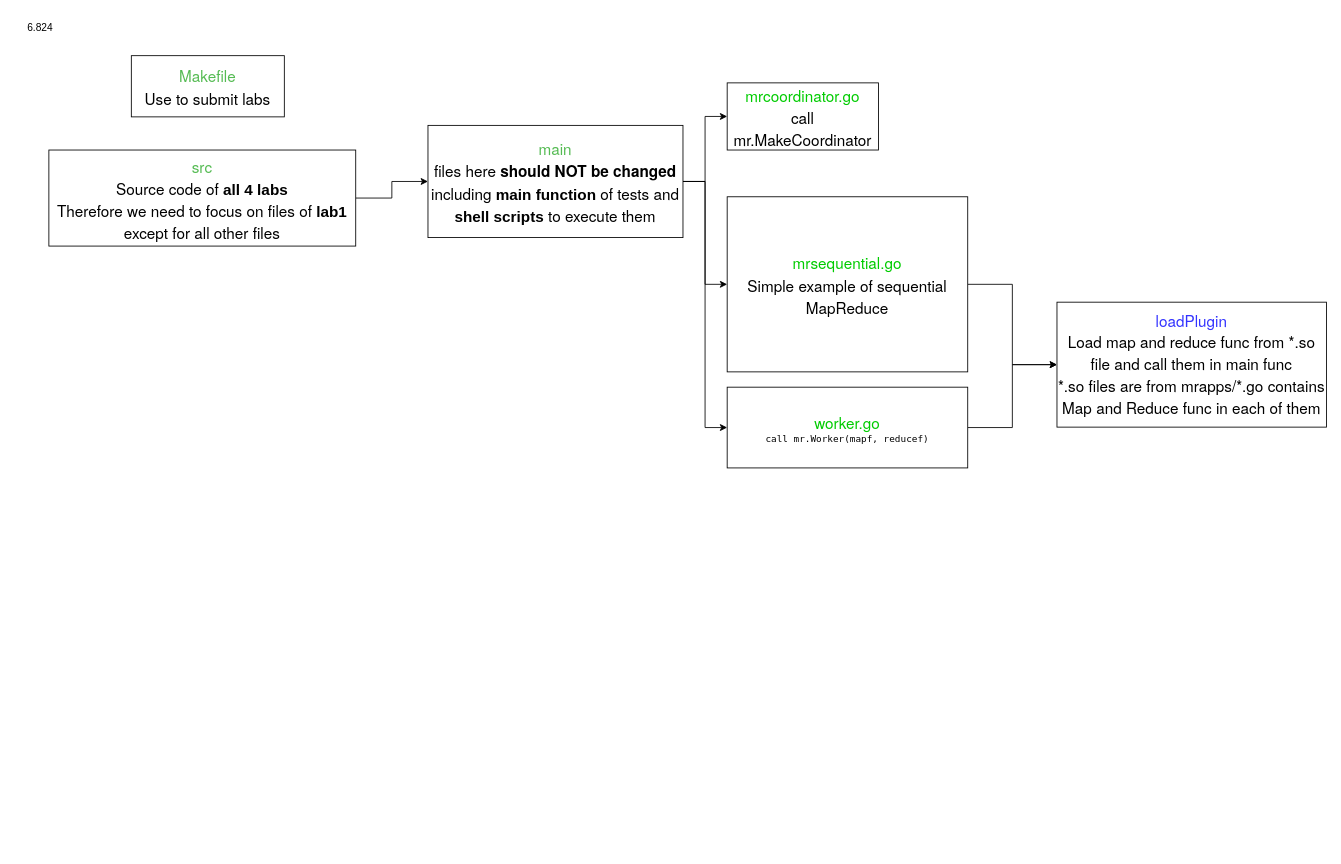
Before: MIT6.824lab1.drawio in lidongyao95/draw.io, a draw.io diagram. Source tidied: cells renumbered, new cells numbered last; positions are measured from the earlier drawing's top-left corner, leaving out a move shared by most shapes. Both pictures are drawn from the tidied source at 85%, with x=0, y=0 at pixel (14, 14).
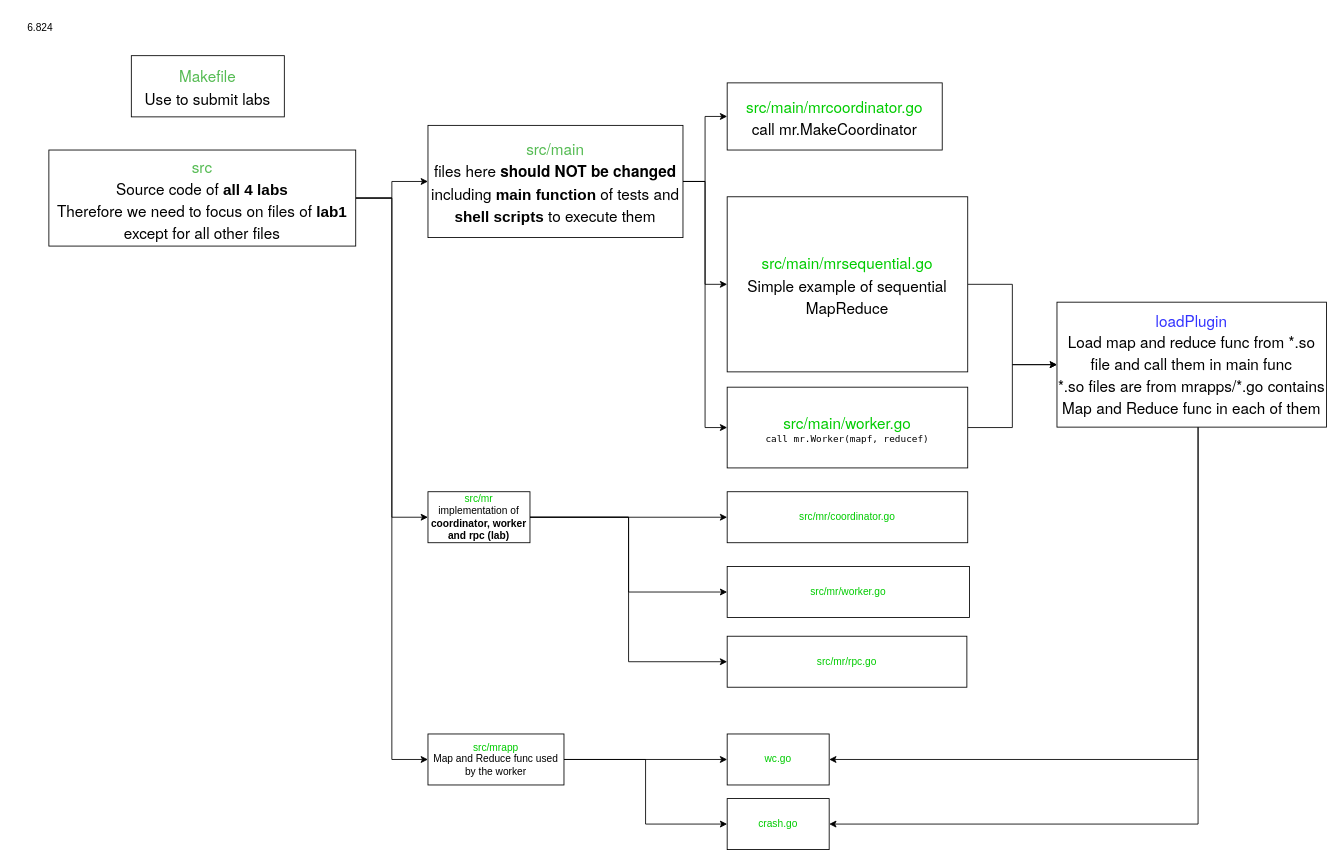
Above is the later version.

The change refers to these unchanged cells:
```xml
<mxCell id="4" value="&lt;p style=&quot;margin: 0px; font-style: normal; font-variant-caps: normal; font-stretch: normal; font-size: 18px; line-height: normal; font-family: &amp;quot;Helvetica Neue&amp;quot;; font-size-adjust: none; font-kerning: auto; font-variant-alternates: normal; font-variant-ligatures: normal; font-variant-numeric: normal; font-variant-east-asian: normal; font-variant-position: normal; font-variant-emoji: normal; font-feature-settings: normal; font-optical-sizing: auto; font-variation-settings: normal; color: rgb(85, 187, 83);&quot;&gt;src&lt;/p&gt;&lt;p style=&quot;margin: 0px; font-style: normal; font-variant-caps: normal; font-stretch: normal; font-size: 18px; line-height: normal; font-family: &amp;quot;Helvetica Neue&amp;quot;; font-size-adjust: none; font-kerning: auto; font-variant-alternates: normal; font-variant-ligatures: normal; font-variant-numeric: normal; font-variant-east-asian: normal; font-variant-position: normal; font-variant-emoji: normal; font-feature-settings: normal; font-optical-sizing: auto; font-variation-settings: normal;&quot;&gt;Source code of &lt;span style=&quot;font-style: normal; font-variant-caps: normal; font-stretch: normal; line-height: normal; font-family: Helvetica; font-size-adjust: none; font-kerning: auto; font-variant-alternates: normal; font-variant-ligatures: normal; font-variant-numeric: normal; font-variant-east-asian: normal; font-variant-position: normal; font-variant-emoji: normal; font-feature-settings: normal; font-optical-sizing: auto; font-variation-settings: normal;&quot;&gt;&lt;b&gt;all 4 labs&lt;/b&gt;&lt;/span&gt;&lt;/p&gt;&lt;p style=&quot;margin: 0px; font-style: normal; font-variant-caps: normal; font-stretch: normal; font-size: 18px; line-height: normal; font-family: &amp;quot;Helvetica Neue&amp;quot;; font-size-adjust: none; font-kerning: auto; font-variant-alternates: normal; font-variant-ligatures: normal; font-variant-numeric: normal; font-variant-east-asian: normal; font-variant-position: normal; font-variant-emoji: normal; font-feature-settings: normal; font-optical-sizing: auto; font-variation-settings: normal;&quot;&gt;Therefore we need to focus on files of &lt;span style=&quot;font-style: normal; font-variant-caps: normal; font-stretch: normal; line-height: normal; font-family: Helvetica; font-size-adjust: none; font-kerning: auto; font-variant-alternates: normal; font-variant-ligatures: normal; font-variant-numeric: normal; font-variant-east-asian: normal; font-variant-position: normal; font-variant-emoji: normal; font-feature-settings: normal; font-optical-sizing: auto; font-variation-settings: normal;&quot;&gt;&lt;b&gt;lab1&lt;/b&gt;&lt;/span&gt; except for all other files&lt;/p&gt;" style="rounded=0;whiteSpace=wrap;html=1;" parent="1" vertex="1">
  <mxGeometry x="40" y="159" width="361" height="113" as="geometry" />
</mxCell>
<mxCell id="13" value="&lt;span style=&quot;caret-color: rgb(0, 204, 0); font-family: &amp;quot;Helvetica Neue&amp;quot;; font-size: 18px;&quot;&gt;&lt;font color=&quot;#3333ff&quot;&gt;loadPlugin&lt;/font&gt;&lt;/span&gt;&lt;br&gt;&lt;div&gt;&lt;p style=&quot;margin: 0px; font-stretch: normal; font-size: 18px; line-height: normal; font-family: &amp;quot;Helvetica Neue&amp;quot;; font-size-adjust: none; font-kerning: auto; font-variant-alternates: normal; font-variant-ligatures: normal; font-variant-numeric: normal; font-variant-east-asian: normal; font-variant-position: normal; font-feature-settings: normal; font-optical-sizing: auto; font-variation-settings: normal;&quot;&gt;Load map and reduce func from *.so file and call them in main func&lt;/p&gt;&lt;p style=&quot;margin: 0px; font-stretch: normal; font-size: 18px; line-height: normal; font-family: &amp;quot;Helvetica Neue&amp;quot;; font-size-adjust: none; font-kerning: auto; font-variant-alternates: normal; font-variant-ligatures: normal; font-variant-numeric: normal; font-variant-east-asian: normal; font-variant-position: normal; font-feature-settings: normal; font-optical-sizing: auto; font-variation-settings: normal;&quot;&gt;*.so files are from mrapps/*.go contains Map and Reduce func in each of them&lt;/p&gt;&lt;/div&gt;" style="rounded=0;whiteSpace=wrap;html=1;" parent="1" vertex="1">
  <mxGeometry x="1226" y="338" width="317" height="147" as="geometry" />
</mxCell>
```

Diff of the diagram source:
```diff
@@
+    <mxCell id="16" style="edgeStyle=orthogonalEdgeStyle;rounded=0;jettySize=auto;html=1;entryX=0;entryY=0.5;entryDx=0;entryDy=0;" parent="1" edge="1" source="4" target="23">
+      <mxGeometry relative="1" as="geometry" />
+    </mxCell>
+    <mxCell id="17" style="edgeStyle=orthogonalEdgeStyle;rounded=0;jettySize=auto;html=1;entryX=0;entryY=0.5;entryDx=0;entryDy=0;" parent="1" edge="1" source="4" target="29">
+      <mxGeometry relative="1" as="geometry" />
+    </mxCell>
@@
-    <mxCell id="9" value="&lt;p style=&quot;margin: 0px; font-style: normal; font-variant-caps: normal; font-stretch: normal; font-size: 18px; line-height: normal; font-family: &amp;quot;Helvetica Neue&amp;quot;; font-size-adjust: none; font-kerning: auto; font-variant-alternates: normal; font-variant-ligatures: normal; font-variant-numeric: normal; font-variant-east-asian: normal; font-variant-position: normal; font-variant-emoji: normal; font-feature-settings: normal; font-optical-sizing: auto; font-variation-settings: normal; color: rgb(85, 187, 83);&quot;&gt;main&lt;/p&gt;&lt;p style=&quot;margin: 0px; font-style: normal; font-variant-caps: normal; font-stretch: normal; font-size: 18px; line-height: normal; font-family: &amp;quot;Helvetica Neue&amp;quot;; font-size-adjust: none; font-kerning: auto; font-variant-alternates: normal; font-variant-ligatures: normal; font-variant-numeric: normal; font-variant-east-asian: normal; font-variant-position: normal; font-variant-emoji: normal; font-feature-settings: normal; font-optical-sizing: auto; font-variation-settings: normal;&quot;&gt;files here&amp;nbsp;&lt;b&gt;should NOT be changed&lt;/b&gt;&lt;/p&gt;&lt;p style=&quot;margin: 0px; font-style: normal; font-variant-caps: normal; font-stretch: normal; font-size: 18px; line-height: normal; font-family: &amp;quot;Helvetica Neue&amp;quot;; font-size-adjust: none; font-kerning: auto; font-variant-alternates: normal; font-variant-ligatures: normal; font-variant-numeric: normal; font-variant-east-asian: normal; font-variant-position: normal; font-variant-emoji: normal; font-feature-settings: normal; font-optical-sizing: auto; font-variation-settings: normal;&quot;&gt;including &lt;span style=&quot;font-style: normal; font-variant-caps: normal; font-stretch: normal; line-height: normal; font-family: Helvetica; font-size-adjust: none; font-kerning: auto; font-variant-alternates: normal; font-variant-ligatures: normal; font-variant-numeric: normal; font-variant-east-asian: normal; font-variant-position: normal; font-variant-emoji: normal; font-feature-settings: normal; font-optical-sizing: auto; font-variation-settings: normal;&quot;&gt;&lt;b&gt;main function&lt;/b&gt;&lt;/span&gt; of tests and &lt;span style=&quot;font-style: normal; font-variant-caps: normal; font-stretch: normal; line-height: normal; font-family: Helvetica; font-size-adjust: none; font-kerning: auto; font-variant-alternates: normal; font-variant-ligatures: normal; font-variant-numeric: normal; font-variant-east-asian: normal; font-variant-position: normal; font-variant-emoji: normal; font-feature-settings: normal; font-optical-sizing: auto; font-variation-settings: normal;&quot;&gt;&lt;b&gt;shell scripts &lt;/b&gt;&lt;/span&gt;to execute them&lt;/p&gt;" style="rounded=0;whiteSpace=wrap;html=1;" parent="1" vertex="1">
+    <mxCell id="9" value="&lt;p style=&quot;margin: 0px; font-style: normal; font-variant-caps: normal; font-stretch: normal; font-size: 18px; line-height: normal; font-family: &amp;quot;Helvetica Neue&amp;quot;; font-size-adjust: none; font-kerning: auto; font-variant-alternates: normal; font-variant-ligatures: normal; font-variant-numeric: normal; font-variant-east-asian: normal; font-variant-position: normal; font-variant-emoji: normal; font-feature-settings: normal; font-optical-sizing: auto; font-variation-settings: normal; color: rgb(85, 187, 83);&quot;&gt;src/main&lt;/p&gt;&lt;p style=&quot;margin: 0px; font-style: normal; font-variant-caps: normal; font-stretch: normal; font-size: 18px; line-height: normal; font-family: &amp;quot;Helvetica Neue&amp;quot;; font-size-adjust: none; font-kerning: auto; font-variant-alternates: normal; font-variant-ligatures: normal; font-variant-numeric: normal; font-variant-east-asian: normal; font-variant-position: normal; font-variant-emoji: normal; font-feature-settings: normal; font-optical-sizing: auto; font-variation-settings: normal;&quot;&gt;files here&amp;nbsp;&lt;b&gt;should NOT be changed&lt;/b&gt;&lt;/p&gt;&lt;p style=&quot;margin: 0px; font-style: normal; font-variant-caps: normal; font-stretch: normal; font-size: 18px; line-height: normal; font-family: &amp;quot;Helvetica Neue&amp;quot;; font-size-adjust: none; font-kerning: auto; font-variant-alternates: normal; font-variant-ligatures: normal; font-variant-numeric: normal; font-variant-east-asian: normal; font-variant-position: normal; font-variant-emoji: normal; font-feature-settings: normal; font-optical-sizing: auto; font-variation-settings: normal;&quot;&gt;including &lt;span style=&quot;font-style: normal; font-variant-caps: normal; font-stretch: normal; line-height: normal; font-family: Helvetica; font-size-adjust: none; font-kerning: auto; font-variant-alternates: normal; font-variant-ligatures: normal; font-variant-numeric: normal; font-variant-east-asian: normal; font-variant-position: normal; font-variant-emoji: normal; font-feature-settings: normal; font-optical-sizing: auto; font-variation-settings: normal;&quot;&gt;&lt;b&gt;main function&lt;/b&gt;&lt;/span&gt; of tests and &lt;span style=&quot;font-style: normal; font-variant-caps: normal; font-stretch: normal; line-height: normal; font-family: Helvetica; font-size-adjust: none; font-kerning: auto; font-variant-alternates: normal; font-variant-ligatures: normal; font-variant-numeric: normal; font-variant-east-asian: normal; font-variant-position: normal; font-variant-emoji: normal; font-feature-settings: normal; font-optical-sizing: auto; font-variation-settings: normal;&quot;&gt;&lt;b&gt;shell scripts &lt;/b&gt;&lt;/span&gt;to execute them&lt;/p&gt;" style="rounded=0;whiteSpace=wrap;html=1;" parent="1" vertex="1">
       <mxGeometry x="486" y="130" width="300" height="132" as="geometry" />
     </mxCell>
-    <mxCell id="10" value="&lt;p style=&quot;margin: 0px; font-style: normal; font-variant-caps: normal; font-stretch: normal; font-size: 18px; line-height: normal; font-family: &amp;quot;Helvetica Neue&amp;quot;; font-size-adjust: none; font-kerning: auto; font-variant-alternates: normal; font-variant-ligatures: normal; font-variant-numeric: normal; font-variant-east-asian: normal; font-variant-position: normal; font-variant-emoji: normal; font-feature-settings: normal; font-optical-sizing: auto; font-variation-settings: normal;&quot;&gt;&lt;font color=&quot;#00cc00&quot;&gt;mrcoordinator.go&lt;/font&gt;&lt;/p&gt;&lt;p style=&quot;margin: 0px; font-style: normal; font-variant-caps: normal; font-stretch: normal; font-size: 18px; line-height: normal; font-family: &amp;quot;Helvetica Neue&amp;quot;; font-size-adjust: none; font-kerning: auto; font-variant-alternates: normal; font-variant-ligatures: normal; font-variant-numeric: normal; font-variant-east-asian: normal; font-variant-position: normal; font-variant-emoji: normal; font-feature-settings: normal; font-optical-sizing: auto; font-variation-settings: normal;&quot;&gt;call mr.MakeCoordinator&lt;/p&gt;" style="rounded=0;whiteSpace=wrap;html=1;" parent="1" vertex="1">
-      <mxGeometry x="838" y="80" width="178" height="79" as="geometry" />
+    <mxCell id="10" value="&lt;p style=&quot;margin: 0px; font-style: normal; font-variant-caps: normal; font-stretch: normal; font-size: 18px; line-height: normal; font-family: &amp;quot;Helvetica Neue&amp;quot;; font-size-adjust: none; font-kerning: auto; font-variant-alternates: normal; font-variant-ligatures: normal; font-variant-numeric: normal; font-variant-east-asian: normal; font-variant-position: normal; font-variant-emoji: normal; font-feature-settings: normal; font-optical-sizing: auto; font-variation-settings: normal;&quot;&gt;&lt;font color=&quot;#00cc00&quot;&gt;src/main/mrcoordinator.go&lt;/font&gt;&lt;/p&gt;&lt;p style=&quot;margin: 0px; font-style: normal; font-variant-caps: normal; font-stretch: normal; font-size: 18px; line-height: normal; font-family: &amp;quot;Helvetica Neue&amp;quot;; font-size-adjust: none; font-kerning: auto; font-variant-alternates: normal; font-variant-ligatures: normal; font-variant-numeric: normal; font-variant-east-asian: normal; font-variant-position: normal; font-variant-emoji: normal; font-feature-settings: normal; font-optical-sizing: auto; font-variation-settings: normal;&quot;&gt;call mr.MakeCoordinator&lt;/p&gt;" style="rounded=0;whiteSpace=wrap;html=1;" parent="1" vertex="1">
+      <mxGeometry x="838" y="80" width="253" height="79" as="geometry" />
     </mxCell>
@@
-    <mxCell id="12" value="&lt;p style=&quot;margin: 0px; font-style: normal; font-variant-caps: normal; font-stretch: normal; font-size: 18px; line-height: normal; font-family: &amp;quot;Helvetica Neue&amp;quot;; font-size-adjust: none; font-kerning: auto; font-variant-alternates: normal; font-variant-ligatures: normal; font-variant-numeric: normal; font-variant-east-asian: normal; font-variant-position: normal; font-variant-emoji: normal; font-feature-settings: normal; font-optical-sizing: auto; font-variation-settings: normal;&quot;&gt;&lt;font color=&quot;#00cc00&quot;&gt;mrsequential.go&lt;/font&gt;&lt;/p&gt;&lt;p style=&quot;margin: 0px; font-style: normal; font-variant-caps: normal; font-stretch: normal; font-size: 18px; line-height: normal; font-family: &amp;quot;Helvetica Neue&amp;quot;; font-size-adjust: none; font-kerning: auto; font-variant-alternates: normal; font-variant-ligatures: normal; font-variant-numeric: normal; font-variant-east-asian: normal; font-variant-position: normal; font-variant-emoji: normal; font-feature-settings: normal; font-optical-sizing: auto; font-variation-settings: normal;&quot;&gt;Simple example of sequential MapReduce&lt;/p&gt;" style="rounded=0;whiteSpace=wrap;html=1;" parent="1" vertex="1">
+    <mxCell id="12" value="&lt;p style=&quot;margin: 0px; font-style: normal; font-variant-caps: normal; font-stretch: normal; font-size: 18px; line-height: normal; font-family: &amp;quot;Helvetica Neue&amp;quot;; font-size-adjust: none; font-kerning: auto; font-variant-alternates: normal; font-variant-ligatures: normal; font-variant-numeric: normal; font-variant-east-asian: normal; font-variant-position: normal; font-variant-emoji: normal; font-feature-settings: normal; font-optical-sizing: auto; font-variation-settings: normal;&quot;&gt;&lt;font color=&quot;#00cc00&quot;&gt;src/main/mrsequential.go&lt;/font&gt;&lt;/p&gt;&lt;p style=&quot;margin: 0px; font-style: normal; font-variant-caps: normal; font-stretch: normal; font-size: 18px; line-height: normal; font-family: &amp;quot;Helvetica Neue&amp;quot;; font-size-adjust: none; font-kerning: auto; font-variant-alternates: normal; font-variant-ligatures: normal; font-variant-numeric: normal; font-variant-east-asian: normal; font-variant-position: normal; font-variant-emoji: normal; font-feature-settings: normal; font-optical-sizing: auto; font-variation-settings: normal;&quot;&gt;Simple example of sequential MapReduce&lt;/p&gt;" style="rounded=0;whiteSpace=wrap;html=1;" parent="1" vertex="1">
       <mxGeometry x="838" y="214" width="283" height="206" as="geometry" />
     </mxCell>
+    <mxCell id="18" style="edgeStyle=orthogonalEdgeStyle;rounded=0;jettySize=auto;html=1;entryX=1;entryY=0.5;entryDx=0;entryDy=0;" parent="1" edge="1" source="13" target="30">
+      <mxGeometry relative="1" as="geometry">
+        <Array as="points">
+          <mxPoint x="1392" y="876" />
+        </Array>
+      </mxGeometry>
+    </mxCell>
+    <mxCell id="19" style="edgeStyle=orthogonalEdgeStyle;rounded=0;jettySize=auto;html=1;entryX=1;entryY=0.5;entryDx=0;entryDy=0;" parent="1" edge="1" source="13" target="31">
+      <mxGeometry relative="1" as="geometry">
+        <Array as="points">
+          <mxPoint x="1392" y="952" />
+        </Array>
+      </mxGeometry>
+    </mxCell>
@@
-    <mxCell id="15" value="&lt;p style=&quot;margin: 0px; font-style: normal; font-variant-caps: normal; font-stretch: normal; font-size: 18px; line-height: normal; font-family: &amp;quot;Helvetica Neue&amp;quot;; font-size-adjust: none; font-kerning: auto; font-variant-alternates: normal; font-variant-ligatures: normal; font-variant-numeric: normal; font-variant-east-asian: normal; font-variant-position: normal; font-variant-emoji: normal; font-feature-settings: normal; font-optical-sizing: auto; font-variation-settings: normal;&quot;&gt;&lt;font color=&quot;#00cc00&quot;&gt;worker.go&lt;/font&gt;&lt;/p&gt;&lt;p style=&quot;margin: 0px; font-style: normal; font-variant-caps: normal; font-stretch: normal; font-size: 11px; line-height: normal; font-family: Menlo; font-size-adjust: none; font-kerning: auto; font-variant-alternates: normal; font-variant-ligatures: normal; font-variant-numeric: normal; font-variant-east-asian: normal; font-variant-position: normal; font-variant-emoji: normal; font-feature-settings: normal; font-optical-sizing: auto; font-variation-settings: normal;&quot;&gt;&lt;span style=&quot;font-variant-ligatures: no-common-ligatures&quot;&gt;call mr.Worker(mapf, reducef)&lt;/span&gt;&lt;/p&gt;" style="rounded=0;whiteSpace=wrap;html=1;" parent="1" vertex="1">
+    <mxCell id="15" value="&lt;p style=&quot;margin: 0px; font-style: normal; font-variant-caps: normal; font-stretch: normal; font-size: 18px; line-height: normal; font-family: &amp;quot;Helvetica Neue&amp;quot;; font-size-adjust: none; font-kerning: auto; font-variant-alternates: normal; font-variant-ligatures: normal; font-variant-numeric: normal; font-variant-east-asian: normal; font-variant-position: normal; font-variant-emoji: normal; font-feature-settings: normal; font-optical-sizing: auto; font-variation-settings: normal;&quot;&gt;&lt;font color=&quot;#00cc00&quot;&gt;src/main/worker.go&lt;/font&gt;&lt;/p&gt;&lt;p style=&quot;margin: 0px; font-style: normal; font-variant-caps: normal; font-stretch: normal; font-size: 11px; line-height: normal; font-family: Menlo; font-size-adjust: none; font-kerning: auto; font-variant-alternates: normal; font-variant-ligatures: normal; font-variant-numeric: normal; font-variant-east-asian: normal; font-variant-position: normal; font-variant-emoji: normal; font-feature-settings: normal; font-optical-sizing: auto; font-variation-settings: normal;&quot;&gt;&lt;span style=&quot;font-variant-ligatures: no-common-ligatures&quot;&gt;call mr.Worker(mapf, reducef)&lt;/span&gt;&lt;/p&gt;" style="rounded=0;whiteSpace=wrap;html=1;" parent="1" vertex="1">
       <mxGeometry x="838" y="438" width="283" height="95" as="geometry" />
     </mxCell>
+    <mxCell id="20" style="edgeStyle=orthogonalEdgeStyle;rounded=0;jettySize=auto;html=1;entryX=0;entryY=0.5;entryDx=0;entryDy=0;" parent="1" edge="1" source="23" target="24">
+      <mxGeometry relative="1" as="geometry" />
+    </mxCell>
+    <mxCell id="21" style="edgeStyle=orthogonalEdgeStyle;rounded=0;jettySize=auto;html=1;exitX=1;exitY=0.5;exitDx=0;exitDy=0;entryX=0;entryY=0.5;entryDx=0;entryDy=0;" parent="1" edge="1" source="23" target="25">
+      <mxGeometry relative="1" as="geometry" />
+    </mxCell>
+    <mxCell id="22" style="edgeStyle=orthogonalEdgeStyle;rounded=0;jettySize=auto;html=1;entryX=0;entryY=0.5;entryDx=0;entryDy=0;" parent="1" edge="1" source="23" target="26">
+      <mxGeometry relative="1" as="geometry" />
+    </mxCell>
+    <mxCell id="23" value="&lt;font color=&quot;#00cc00&quot;&gt;src/mr&lt;/font&gt;&lt;div&gt;implementation of &lt;b&gt;coordinator, worker and rpc (lab)&lt;/b&gt;&lt;/div&gt;" style="rounded=0;whiteSpace=wrap;html=1;" parent="1" vertex="1">
+      <mxGeometry x="486" y="561" width="120" height="60" as="geometry" />
+    </mxCell>
+    <mxCell id="24" value="&lt;font color=&quot;#00cc00&quot;&gt;src/mr/coordinator.go&lt;/font&gt;" style="rounded=0;whiteSpace=wrap;html=1;" parent="1" vertex="1">
+      <mxGeometry x="838" y="561" width="283" height="60" as="geometry" />
+    </mxCell>
+    <mxCell id="25" value="&lt;font color=&quot;#00cc00&quot;&gt;src/mr/worker.go&lt;/font&gt;" style="rounded=0;whiteSpace=wrap;html=1;" parent="1" vertex="1">
+      <mxGeometry x="838" y="649" width="285" height="60" as="geometry" />
+    </mxCell>
+    <mxCell id="26" value="&lt;font color=&quot;#00cc00&quot;&gt;src/mr/rpc.go&lt;/font&gt;" style="rounded=0;whiteSpace=wrap;html=1;" parent="1" vertex="1">
+      <mxGeometry x="838" y="731" width="282" height="60" as="geometry" />
+    </mxCell>
+    <mxCell id="27" style="edgeStyle=orthogonalEdgeStyle;rounded=0;jettySize=auto;html=1;entryX=0;entryY=0.5;entryDx=0;entryDy=0;" parent="1" edge="1" source="29" target="30">
+      <mxGeometry relative="1" as="geometry" />
+    </mxCell>
+    <mxCell id="28" style="edgeStyle=orthogonalEdgeStyle;rounded=0;jettySize=auto;html=1;entryX=0;entryY=0.5;entryDx=0;entryDy=0;" parent="1" edge="1" source="29" target="31">
+      <mxGeometry relative="1" as="geometry" />
+    </mxCell>
+    <mxCell id="29" value="&lt;font color=&quot;#00cc00&quot;&gt;src/mrapp&lt;/font&gt;&lt;div&gt;Map and Reduce func used by the worker&lt;/div&gt;" style="rounded=0;whiteSpace=wrap;html=1;" parent="1" vertex="1">
+      <mxGeometry x="486" y="846" width="160" height="60" as="geometry" />
+    </mxCell>
+    <mxCell id="30" value="&lt;font color=&quot;#00cc00&quot;&gt;wc.go&lt;/font&gt;" style="rounded=0;whiteSpace=wrap;html=1;" parent="1" vertex="1">
+      <mxGeometry x="838" y="846" width="120" height="60" as="geometry" />
+    </mxCell>
+    <mxCell id="31" value="&lt;font color=&quot;#00cc00&quot;&gt;crash.go&lt;/font&gt;" style="rounded=0;whiteSpace=wrap;html=1;" parent="1" vertex="1">
+      <mxGeometry x="838" y="922" width="120" height="60" as="geometry" />
+    </mxCell>
```
